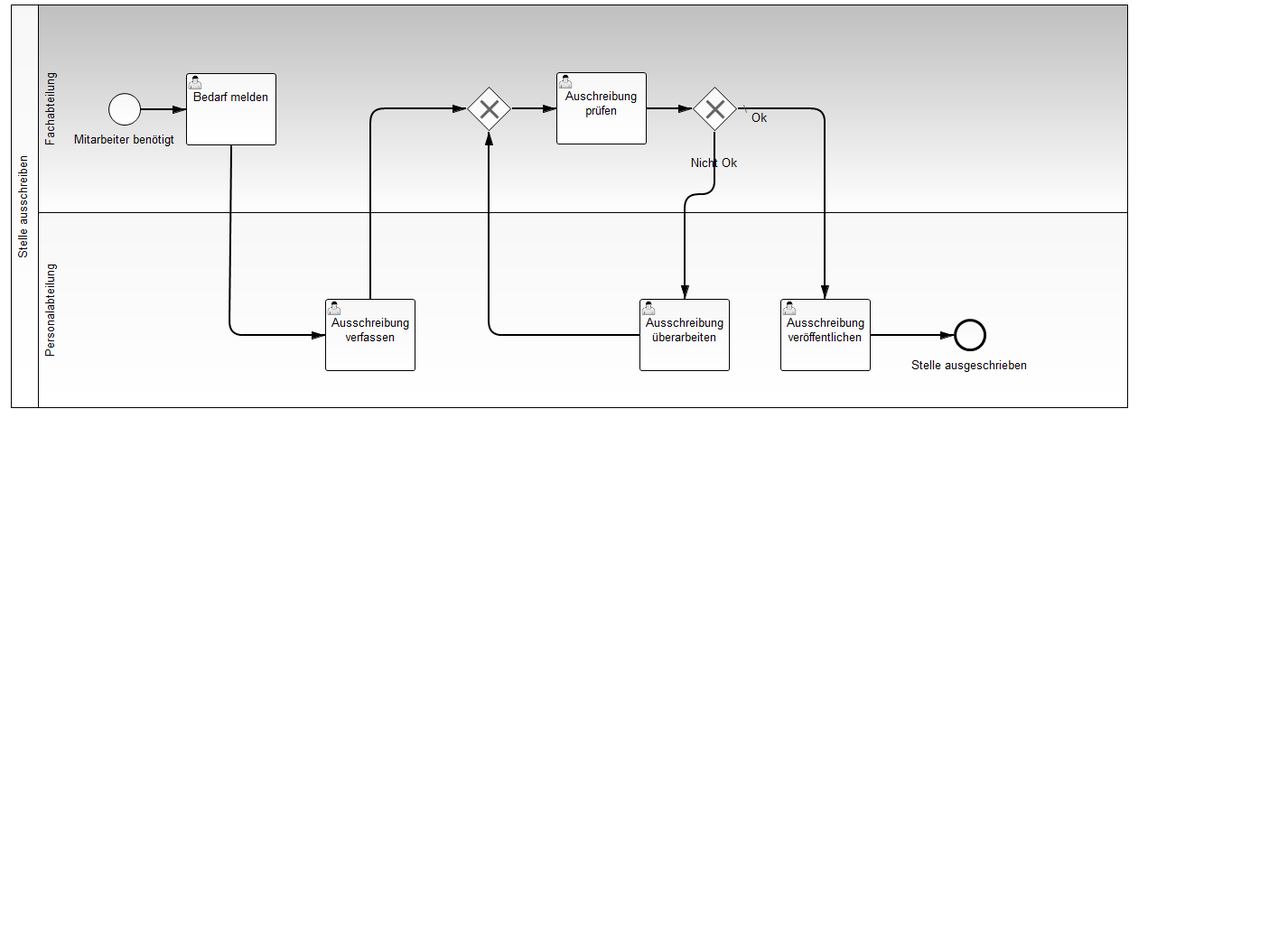
Before: bpmn-server/src/main/resources/BpmnIntroduction.png, a diagram exported from BPMN (gheddie/bpmn_watcher_all_new). Its source is kept beside it as bpmn-server/src/main/resources/BpmnIntroduction.bpmn. Ids are renumbered.
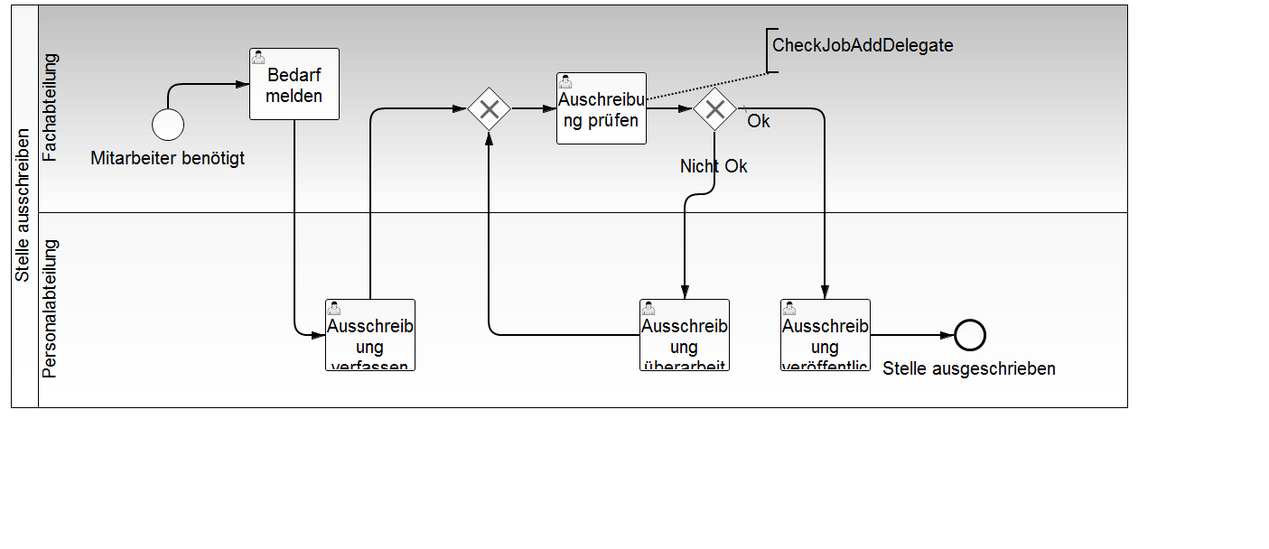
Above is the later version.

Change to the diagram source:
```diff
@@ -1,4 +1,4 @@
-<bpmn2:definitions xmlns:xsi="http://www.w3.org/2001/XMLSchema-instance" xmlns:bpmn2="http://www.omg.org/spec/BPMN/20100524/MODEL" xmlns:bpmndi="http://www.omg.org/spec/BPMN/20100524/DI" xmlns:dc="http://www.omg.org/spec/DD/20100524/DC" xmlns:di="http://www.omg.org/spec/DD/20100524/DI" xsi:schemaLocation="http://www.omg.org/spec/BPMN/20100524/MODEL BPMN20.xsd" id="_RDfQUEDNEeWXz9RxRBi03A" exporter="camunda modeler" exporterVersion="2.7.0" targetNamespace="http://activiti.org/bpmn">
+<bpmn2:definitions xmlns:xsi="http://www.w3.org/2001/XMLSchema-instance" xmlns:bpmn2="http://www.omg.org/spec/BPMN/20100524/MODEL" xmlns:bpmndi="http://www.omg.org/spec/BPMN/20100524/DI" xmlns:camunda="http://activiti.org/bpmn" xmlns:dc="http://www.omg.org/spec/DD/20100524/DC" xmlns:di="http://www.omg.org/spec/DD/20100524/DI" xsi:schemaLocation="http://www.omg.org/spec/BPMN/20100524/MODEL BPMN20.xsd" id="_RDfQUEDNEeWXz9RxRBi03A" exporter="camunda modeler" exporterVersion="2.7.0" targetNamespace="http://activiti.org/bpmn">
   <bpmn2:collaboration id="_Collaboration_3">
     <bpmn2:participant id="_Participant_2" name="Stelle ausschreiben" processRef="EmploymentAddProcess"/>
   </bpmn2:collaboration>
@@ -29,6 +29,9 @@
       <bpmn2:outgoing>SequenceFlow_4</bpmn2:outgoing>
     </bpmn2:exclusiveGateway>
     <bpmn2:userTask id="UserTask_3" name="Auschreibung prüfen">
+      <bpmn2:extensionElements>
+        <camunda:executionListener class="de.gravitex.bpmn.server.delegate.bpmnintroduction.CheckJobAddDelegate" event="end"/>
+      </bpmn2:extensionElements>
       <bpmn2:incoming>SequenceFlow_4</bpmn2:incoming>
       <bpmn2:outgoing>SequenceFlow_5</bpmn2:outgoing>
     </bpmn2:userTask>
@@ -56,7 +59,7 @@
     <bpmn2:endEvent id="EndEvent_1" name="Stelle ausgeschrieben">
       <bpmn2:incoming>SequenceFlow_9</bpmn2:incoming>
     </bpmn2:endEvent>
-    <bpmn2:userTask id="UserTask_1" name="Bedarf melden">
+    <bpmn2:userTask id="UserTask_1" camunda:candidateGroups="group1" name="Bedarf melden">
       <bpmn2:incoming>SequenceFlow_1</bpmn2:incoming>
       <bpmn2:outgoing>SequenceFlow_2</bpmn2:outgoing>
     </bpmn2:userTask>
@@ -65,6 +68,10 @@
       <bpmn2:outgoing>SequenceFlow_1</bpmn2:outgoing>
     </bpmn2:startEvent>
     <bpmn2:sequenceFlow id="SequenceFlow_1" name="" sourceRef="StartEvent_1" targetRef="UserTask_1"/>
+    <bpmn2:textAnnotation id="TextAnnotation_1">
+      <bpmn2:text>CheckJobAddDelegate</bpmn2:text>
+    </bpmn2:textAnnotation>
+    <bpmn2:association id="Association_1" sourceRef="TextAnnotation_1" targetRef="UserTask_3"/>
   </bpmn2:process>
   <bpmndi:BPMNDiagram id="BPMNDiagram_1">
     <bpmndi:BPMNPlane id="BPMNPlane_1" bpmnElement="_Collaboration_3">
@@ -178,6 +185,13 @@
           <dc:Bounds height="6.0" width="6.0" x="986.0" y="366.0"/>
         </bpmndi:BPMNLabel>
       </bpmndi:BPMNEdge>
+      <bpmndi:BPMNShape id="_BPMNShape_TextAnnotation_2" bpmnElement="TextAnnotation_1">
+        <dc:Bounds height="50.0" width="245.0" x="848.0" y="26.0"/>
+      </bpmndi:BPMNShape>
+      <bpmndi:BPMNEdge id="BPMNEdge_Association_1" bpmnElement="Association_1" sourceElement="_BPMNShape_TextAnnotation_2" targetElement="_BPMNShape_UserTask_7">
+        <di:waypoint xsi:type="dc:Point" x="851.0" y="76.0"/>
+        <di:waypoint xsi:type="dc:Point" x="716.0" y="104.0"/>
+      </bpmndi:BPMNEdge>
     </bpmndi:BPMNPlane>
   </bpmndi:BPMNDiagram>
 </bpmn2:definitions>
```
